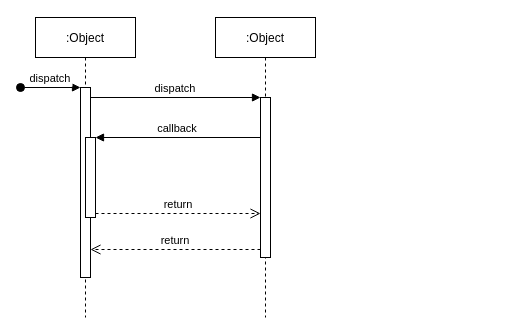
Above: page "Recherche Profil sur mot clé" (1 of 9) of Je_Recrute.drawio in syndrael/je-recrute (draw.io), before the change. Source tidied: cells renumbered, new cells numbered last; positions are measured from the earlier drawing's top-left corner, leaving out a move shared by most shapes. Both pictures are drawn from the tidied source at 100%, with x=0, y=0 at pixel (20, 17).
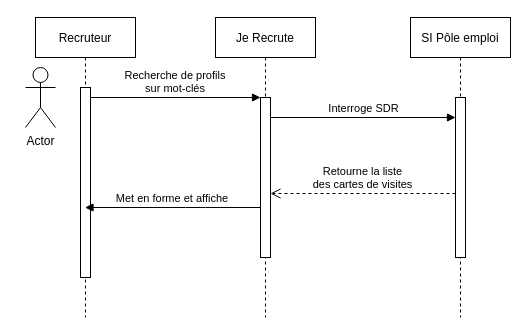
The same diagram, later.

Change to the diagram source:
```diff
@@
 <mxGraphModel>
   <root>
     <mxCell id="0" />
     <mxCell id="1" parent="0" />
-    <mxCell id="2" value=":Object" style="shape=umlLifeline;perimeter=lifelinePerimeter;rounded=0;shadow=0;strokeWidth=1;" parent="1" vertex="1">
+    <mxCell id="2" value="Recruteur" style="shape=umlLifeline;perimeter=lifelinePerimeter;rounded=0;shadow=0;strokeWidth=1;" parent="1" vertex="1">
       <mxGeometry x="15" width="100" height="300" as="geometry" />
     </mxCell>
     <mxCell id="3" style="points=[];perimeter=orthogonalPerimeter;rounded=0;shadow=0;strokeWidth=1;" parent="2" vertex="1">
       <mxGeometry x="45" y="70" width="10" height="190" as="geometry" />
     </mxCell>
-    <mxCell id="4" value="dispatch" style="verticalAlign=bottom;startArrow=oval;endArrow=block;startSize=8;shadow=0;strokeWidth=1;" parent="2" edge="1" target="3">
-      <mxGeometry relative="1" as="geometry">
-        <mxPoint x="-15" y="70" as="sourcePoint" />
-      </mxGeometry>
-    </mxCell>
-    <mxCell id="5" style="points=[];perimeter=orthogonalPerimeter;rounded=0;shadow=0;strokeWidth=1;" parent="2" vertex="1">
-      <mxGeometry x="50" y="120" width="10" height="80" as="geometry" />
-    </mxCell>
-    <mxCell id="6" value=":Object" style="shape=umlLifeline;perimeter=lifelinePerimeter;rounded=0;shadow=0;strokeWidth=1;" parent="1" vertex="1">
+    <mxCell id="6" value="Je Recrute" style="shape=umlLifeline;perimeter=lifelinePerimeter;rounded=0;shadow=0;strokeWidth=1;" parent="1" vertex="1">
       <mxGeometry x="195" width="100" height="300" as="geometry" />
     </mxCell>
     <mxCell id="7" style="points=[];perimeter=orthogonalPerimeter;rounded=0;shadow=0;strokeWidth=1;" parent="6" vertex="1">
       <mxGeometry x="45" y="80" width="10" height="160" as="geometry" />
     </mxCell>
-    <mxCell id="8" value="return" style="verticalAlign=bottom;endArrow=open;dashed=1;endSize=8;exitX=0;exitY=0.95;shadow=0;strokeWidth=1;" parent="1" edge="1" source="7" target="3">
-      <mxGeometry relative="1" as="geometry" />
-    </mxCell>
-    <mxCell id="9" value="dispatch" style="verticalAlign=bottom;endArrow=block;entryX=0;entryY=0;shadow=0;strokeWidth=1;" parent="1" edge="1" source="3" target="7">
+    <mxCell id="9" value="Recherche de profils&#10;sur mot-clés" style="verticalAlign=bottom;endArrow=block;entryX=0;entryY=0;shadow=0;strokeWidth=1;" parent="1" edge="1" source="3" target="7">
       <mxGeometry relative="1" as="geometry" />
     </mxCell>
-    <mxCell id="10" value="callback" style="verticalAlign=bottom;endArrow=block;entryX=1;entryY=0;shadow=0;strokeWidth=1;" parent="1" edge="1" source="7" target="5">
-      <mxGeometry relative="1" as="geometry" />
+    <mxCell id="10" value="Met en forme et affiche" style="verticalAlign=bottom;endArrow=block;shadow=0;strokeWidth=1;" parent="1" edge="1" source="7" target="2">
+      <mxGeometry relative="1" as="geometry">
+        <Array as="points">
+          <mxPoint x="175" y="190" />
+        </Array>
+      </mxGeometry>
     </mxCell>
-    <mxCell id="11" value="return" style="verticalAlign=bottom;endArrow=open;dashed=1;endSize=8;exitX=1;exitY=0.95;shadow=0;strokeWidth=1;" parent="1" edge="1" source="5" target="7">
-      <mxGeometry relative="1" as="geometry" />
-    </mxCell>
+    <mxCell id="12" value="Actor" style="shape=umlActor;verticalLabelPosition=bottom;verticalAlign=top;html=1;" parent="1" vertex="1">
+      <mxGeometry x="5" y="50" width="30" height="60" as="geometry" />
+    </mxCell>
+    <mxCell id="13" style="html=1;points=[];perimeter=orthogonalPerimeter;" parent="1" vertex="1">
+      <mxGeometry x="435" y="100" width="10" height="80" as="geometry" />
+    </mxCell>
+    <mxCell id="14" value="Interroge SDR" style="html=1;verticalAlign=bottom;endArrow=block;entryX=0;entryY=0;" parent="1" edge="1" target="13">
+      <mxGeometry relative="1" as="geometry">
+        <mxPoint x="250" y="100" as="sourcePoint" />
+      </mxGeometry>
+    </mxCell>
+    <mxCell id="15" value="Retourne la liste &lt;br&gt;des cartes de visites" style="html=1;verticalAlign=bottom;endArrow=open;dashed=1;endSize=8;exitX=0;exitY=0.95;" parent="1" edge="1" source="13">
+      <mxGeometry relative="1" as="geometry">
+        <mxPoint x="250" y="176" as="targetPoint" />
+      </mxGeometry>
+    </mxCell>
+    <mxCell id="16" value="SI Pôle emploi" style="shape=umlLifeline;perimeter=lifelinePerimeter;rounded=0;shadow=0;strokeWidth=1;" parent="1" vertex="1">
+      <mxGeometry x="390" width="100" height="300" as="geometry" />
+    </mxCell>
+    <mxCell id="17" style="perimeter=orthogonalPerimeter;rounded=0;shadow=0;strokeWidth=1;" parent="16" vertex="1">
+      <mxGeometry x="45" y="80" width="10" height="160" as="geometry" />
+    </mxCell>
   </root>
 </mxGraphModel>
```
